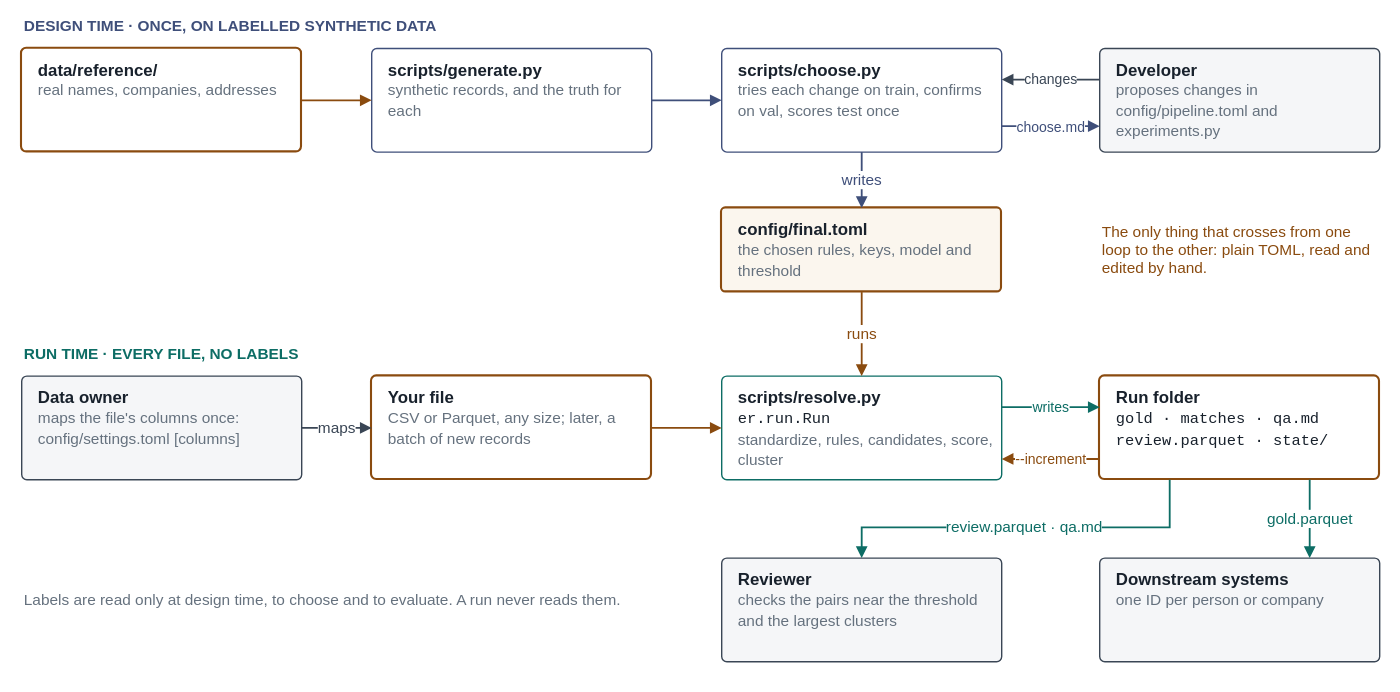
Above: docs/architecture-context.drawio.svg in mvsbm/entity_matching (draw.io), before the change. Source tidied: cells renumbered, new cells last; positions are measured from the earlier drawing's top-left corner, leaving out a move shared by most shapes.
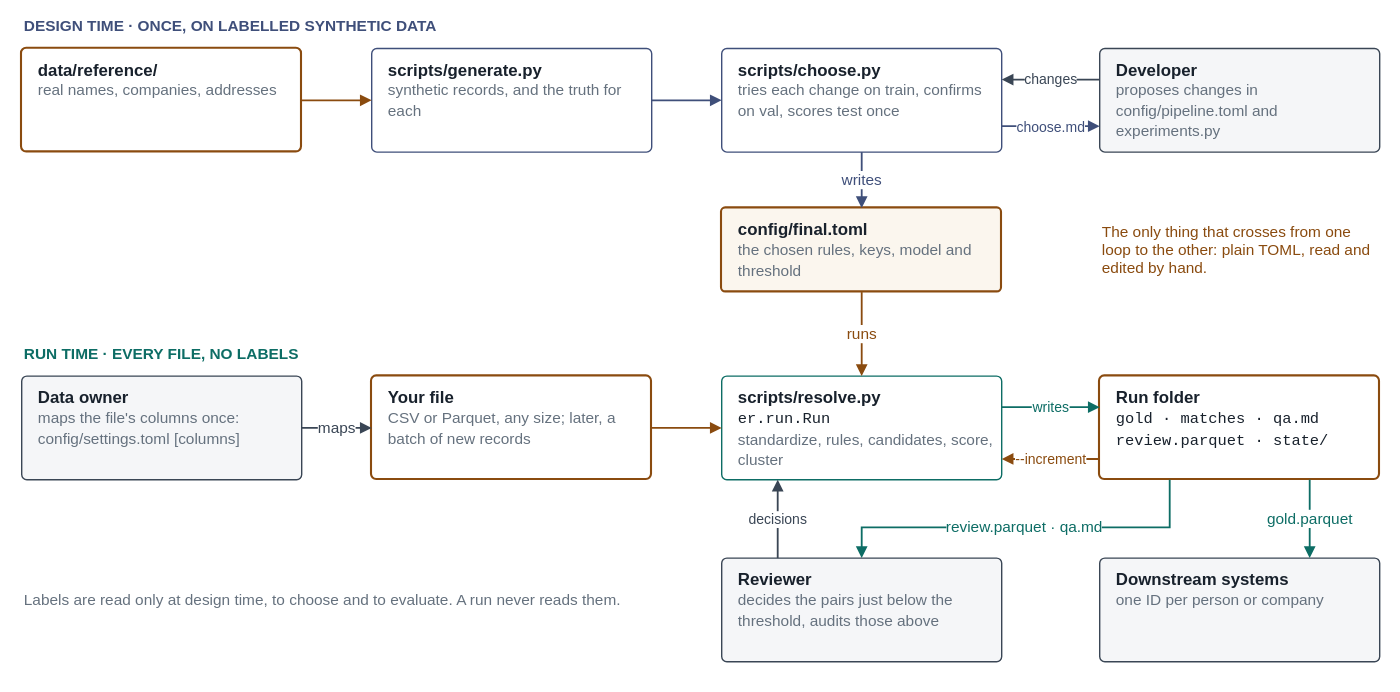
The same diagram one commit later.

Change to the diagram source:
```diff
@@ -68,7 +68,7 @@
     <mxCell id="23" value="--increment" style="edgeStyle=orthogonalEdgeStyle;rounded=0;html=1;endArrow=block;endFill=1;endSize=5;strokeColor=#8a4b0f;strokeWidth=1.3;fontFamily=Helvetica;fontSize=11;fontColor=#8a4b0f;labelBackgroundColor=#ffffff;exitX=0;exitY=0.8;entryX=1;entryY=0.8;fontSize=10;" parent="1" edge="1" source="18" target="17">
       <mxGeometry relative="1" as="geometry" />
     </mxCell>
-    <mxCell id="24" value="&lt;b&gt;Reviewer&lt;/b&gt;&lt;br&gt;&lt;font color=&quot;#65717e&quot; style=&quot;font-size:11px&quot;&gt;checks the pairs near the threshold and the largest clusters&lt;/font&gt;" style="rounded=1;arcSize=5;whiteSpace=wrap;html=1;align=left;verticalAlign=top;spacingLeft=10;spacingTop=2;fontFamily=Helvetica;fontSize=12;fontColor=#18212c;fillColor=#ffffff;strokeColor=#3a4655;fillColor=#f5f6f8;" parent="1" vertex="1">
+    <mxCell id="24" value="&lt;b&gt;Reviewer&lt;/b&gt;&lt;br&gt;&lt;font color=&quot;#65717e&quot; style=&quot;font-size:11px&quot;&gt;decides the pairs just below the threshold, audits those above&lt;/font&gt;" style="rounded=1;arcSize=5;whiteSpace=wrap;html=1;align=left;verticalAlign=top;spacingLeft=10;spacingTop=2;fontFamily=Helvetica;fontSize=12;fontColor=#18212c;fillColor=#ffffff;strokeColor=#3a4655;fillColor=#f5f6f8;" parent="1" vertex="1">
       <mxGeometry x="500" y="390" width="200" height="74" as="geometry" />
     </mxCell>
     <mxCell id="25" value="&lt;b&gt;Downstream systems&lt;/b&gt;&lt;br&gt;&lt;font color=&quot;#65717e&quot; style=&quot;font-size:11px&quot;&gt;one ID per person or company&lt;/font&gt;" style="rounded=1;arcSize=5;whiteSpace=wrap;html=1;align=left;verticalAlign=top;spacingLeft=10;spacingTop=2;fontFamily=Helvetica;fontSize=12;fontColor=#18212c;fillColor=#ffffff;strokeColor=#3a4655;fillColor=#f5f6f8;" parent="1" vertex="1">
@@ -85,8 +85,11 @@
         </Array>
       </mxGeometry>
     </mxCell>
-    <mxCell id="28" value="Labels are read only at design time, to choose and to evaluate. A run never reads them." style="text;html=1;align=left;verticalAlign=middle;whiteSpace=wrap;fontFamily=Helvetica;fontSize=11;fontColor=#65717e;" parent="1" vertex="1">
-      <mxGeometry y="400" width="440" height="40" as="geometry" />
+    <mxCell id="28" value="decisions" style="edgeStyle=orthogonalEdgeStyle;rounded=0;html=1;endArrow=block;endFill=1;endSize=5;strokeColor=#3a4655;strokeWidth=1.3;fontFamily=Helvetica;fontSize=11;fontColor=#3a4655;labelBackgroundColor=#ffffff;exitX=0.2;exitY=0;entryX=0.2;entryY=1;fontSize=10;" parent="1" edge="1" source="24" target="17">
+      <mxGeometry relative="1" as="geometry" />
     </mxCell>
+    <mxCell id="29" value="Labels are read only at design time, to choose and to evaluate. A run never reads them." style="text;html=1;align=left;verticalAlign=middle;whiteSpace=wrap;fontFamily=Helvetica;fontSize=11;fontColor=#65717e;" parent="1" vertex="1">
+      <mxGeometry y="400" width="440" height="40" as="geometry" />
+    </mxCell>
   </root>
 </mxGraphModel>
```
